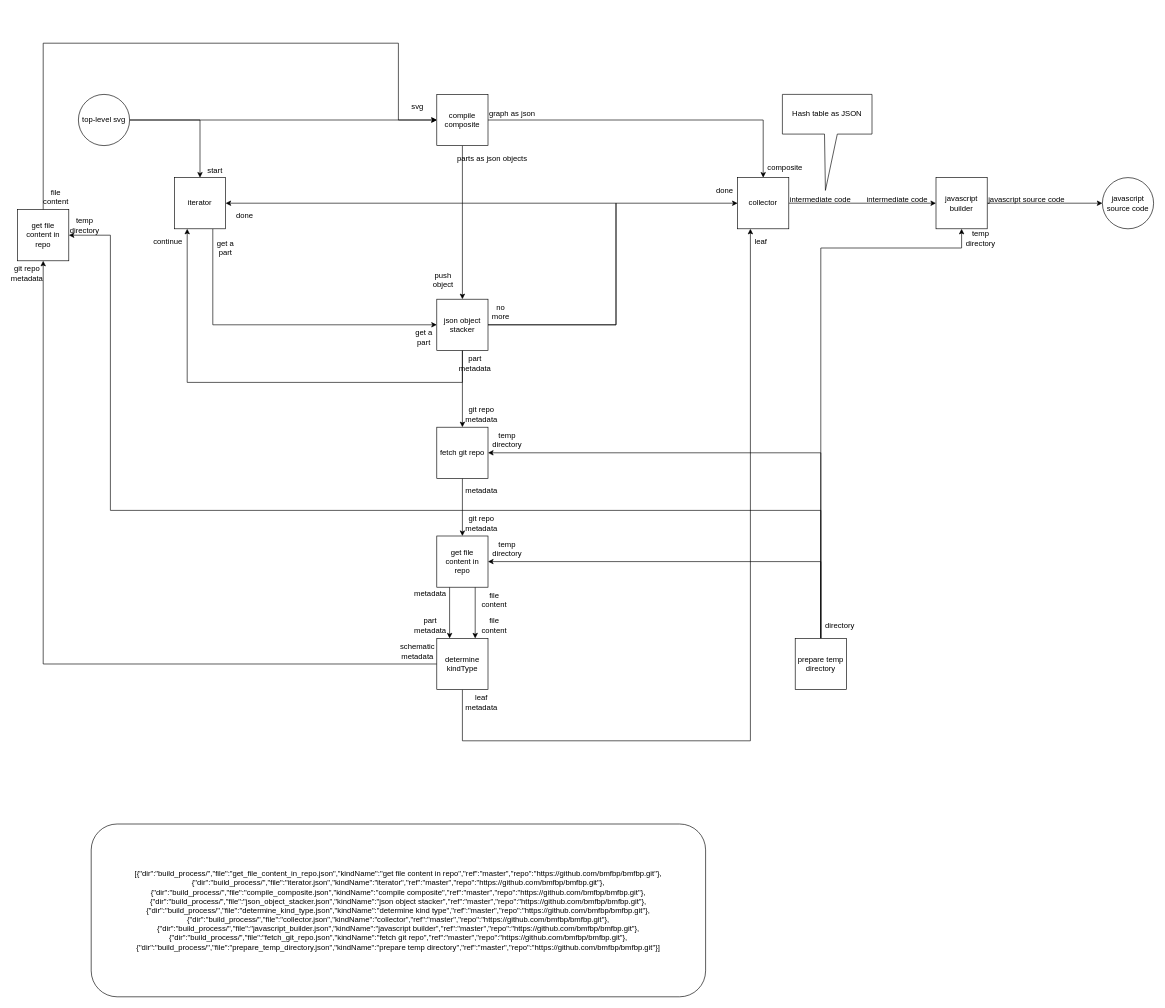
Above: page "build_process.svg" (2 of 3) of build_process/build_process.drawio in bmfbp/bmfbp (draw.io), before the change. Source tidied: cells renumbered, new cells numbered last; positions are measured from the earlier drawing's top-left corner, leaving out a move shared by most shapes. Both pictures are drawn from the tidied source at 64%, with x=0, y=0 at pixel (14, 43).
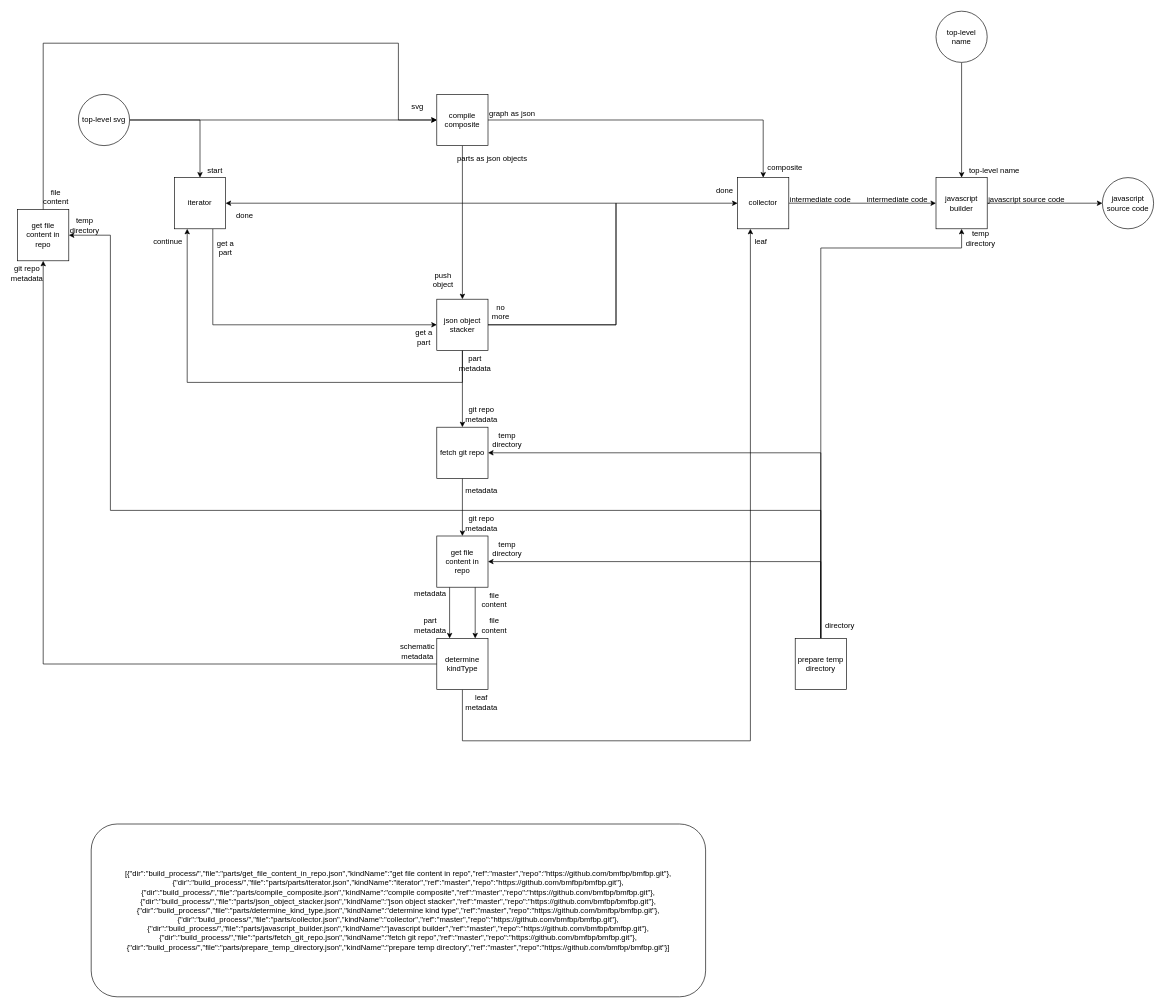
After the change.

The change refers to these unchanged cells:
```xml
<mxCell id="42" value="&lt;span&gt;javascript builder&lt;/span&gt;" style="whiteSpace=wrap;html=1;" parent="1" vertex="1">
  <mxGeometry x="1440" y="210" width="80" height="80" as="geometry" />
</mxCell>
```

What changed in the source:
```diff
@@
-    <mxCell id="47" value="Hash table as JSON" style="shape=callout;whiteSpace=wrap;html=1;perimeter=calloutPerimeter;position2=0.48;size=88;position=0.47;" parent="1" vertex="1">
-      <mxGeometry x="1200" y="80" width="140" height="150" as="geometry" />
-    </mxCell>
-    <mxCell id="48" value="[{&quot;dir&quot;:&quot;build_process/&quot;,&quot;file&quot;:&quot;get_file_content_in_repo.json&quot;,&quot;kindName&quot;:&quot;get file content in repo&quot;,&quot;ref&quot;:&quot;master&quot;,&quot;repo&quot;:&quot;https://github.com/bmfbp/bmfbp.git&quot;},{&quot;dir&quot;:&quot;build_process/&quot;,&quot;file&quot;:&quot;iterator.json&quot;,&quot;kindName&quot;:&quot;iterator&quot;,&quot;ref&quot;:&quot;master&quot;,&quot;repo&quot;:&quot;https://github.com/bmfbp/bmfbp.git&quot;},{&quot;dir&quot;:&quot;build_process/&quot;,&quot;file&quot;:&quot;compile_composite.json&quot;,&quot;kindName&quot;:&quot;compile composite&quot;,&quot;ref&quot;:&quot;master&quot;,&quot;repo&quot;:&quot;https://github.com/bmfbp/bmfbp.git&quot;},{&quot;dir&quot;:&quot;build_process/&quot;,&quot;file&quot;:&quot;json_object_stacker.json&quot;,&quot;kindName&quot;:&quot;json object stacker&quot;,&quot;ref&quot;:&quot;master&quot;,&quot;repo&quot;:&quot;https://github.com/bmfbp/bmfbp.git&quot;},{&quot;dir&quot;:&quot;build_process/&quot;,&quot;file&quot;:&quot;determine_kind_type.json&quot;,&quot;kindName&quot;:&quot;determine kind type&quot;,&quot;ref&quot;:&quot;master&quot;,&quot;repo&quot;:&quot;https://github.com/bmfbp/bmfbp.git&quot;},{&quot;dir&quot;:&quot;build_process/&quot;,&quot;file&quot;:&quot;collector.json&quot;,&quot;kindName&quot;:&quot;collector&quot;,&quot;ref&quot;:&quot;master&quot;,&quot;repo&quot;:&quot;https://github.com/bmfbp/bmfbp.git&quot;},{&quot;dir&quot;:&quot;build_process/&quot;,&quot;file&quot;:&quot;javascript_builder.json&quot;,&quot;kindName&quot;:&quot;javascript builder&quot;,&quot;ref&quot;:&quot;master&quot;,&quot;repo&quot;:&quot;https://github.com/bmfbp/bmfbp.git&quot;},{&quot;dir&quot;:&quot;build_process/&quot;,&quot;file&quot;:&quot;fetch_git_repo.json&quot;,&quot;kindName&quot;:&quot;fetch git repo&quot;,&quot;ref&quot;:&quot;master&quot;,&quot;repo&quot;:&quot;https://github.com/bmfbp/bmfbp.git&quot;},{&quot;dir&quot;:&quot;build_process/&quot;,&quot;file&quot;:&quot;prepare_temp_directory.json&quot;,&quot;kindName&quot;:&quot;prepare temp directory&quot;,&quot;ref&quot;:&quot;master&quot;,&quot;repo&quot;:&quot;https://github.com/bmfbp/bmfbp.git&quot;}]&lt;br&gt;" style="rounded=1;whiteSpace=wrap;html=1;" parent="1" vertex="1">
+    <mxCell id="48" value="[{&quot;dir&quot;:&quot;build_process/&quot;,&quot;file&quot;:&quot;parts/get_file_content_in_repo.json&quot;,&quot;kindName&quot;:&quot;get file content in repo&quot;,&quot;ref&quot;:&quot;master&quot;,&quot;repo&quot;:&quot;https://github.com/bmfbp/bmfbp.git&quot;},{&quot;dir&quot;:&quot;build_process/&quot;,&quot;file&quot;:&quot;parts/parts/iterator.json&quot;,&quot;kindName&quot;:&quot;iterator&quot;,&quot;ref&quot;:&quot;master&quot;,&quot;repo&quot;:&quot;https://github.com/bmfbp/bmfbp.git&quot;},{&quot;dir&quot;:&quot;build_process/&quot;,&quot;file&quot;:&quot;parts/compile_composite.json&quot;,&quot;kindName&quot;:&quot;compile composite&quot;,&quot;ref&quot;:&quot;master&quot;,&quot;repo&quot;:&quot;https://github.com/bmfbp/bmfbp.git&quot;},{&quot;dir&quot;:&quot;build_process/&quot;,&quot;file&quot;:&quot;parts/json_object_stacker.json&quot;,&quot;kindName&quot;:&quot;json object stacker&quot;,&quot;ref&quot;:&quot;master&quot;,&quot;repo&quot;:&quot;https://github.com/bmfbp/bmfbp.git&quot;},{&quot;dir&quot;:&quot;build_process/&quot;,&quot;file&quot;:&quot;parts/determine_kind_type.json&quot;,&quot;kindName&quot;:&quot;determine kind type&quot;,&quot;ref&quot;:&quot;master&quot;,&quot;repo&quot;:&quot;https://github.com/bmfbp/bmfbp.git&quot;},{&quot;dir&quot;:&quot;build_process/&quot;,&quot;file&quot;:&quot;parts/collector.json&quot;,&quot;kindName&quot;:&quot;collector&quot;,&quot;ref&quot;:&quot;master&quot;,&quot;repo&quot;:&quot;https://github.com/bmfbp/bmfbp.git&quot;},{&quot;dir&quot;:&quot;build_process/&quot;,&quot;file&quot;:&quot;parts/javascript_builder.json&quot;,&quot;kindName&quot;:&quot;javascript builder&quot;,&quot;ref&quot;:&quot;master&quot;,&quot;repo&quot;:&quot;https://github.com/bmfbp/bmfbp.git&quot;},{&quot;dir&quot;:&quot;build_process/&quot;,&quot;file&quot;:&quot;parts/fetch_git_repo.json&quot;,&quot;kindName&quot;:&quot;fetch git repo&quot;,&quot;ref&quot;:&quot;master&quot;,&quot;repo&quot;:&quot;https://github.com/bmfbp/bmfbp.git&quot;},{&quot;dir&quot;:&quot;build_process/&quot;,&quot;file&quot;:&quot;parts/prepare_temp_directory.json&quot;,&quot;kindName&quot;:&quot;prepare temp directory&quot;,&quot;ref&quot;:&quot;master&quot;,&quot;repo&quot;:&quot;https://github.com/bmfbp/bmfbp.git&quot;}]" style="rounded=1;whiteSpace=wrap;html=1;" parent="1" vertex="1">
       <mxGeometry x="120" y="1220" width="960" height="270" as="geometry" />
     </mxCell>
@@
+    <mxCell id="70" style="edgeStyle=orthogonalEdgeStyle;rounded=0;jettySize=auto;html=1;exitX=0.5;exitY=1;exitDx=0;exitDy=0;" parent="1" edge="1" source="71" target="42">
+      <mxGeometry relative="1" as="geometry" />
+    </mxCell>
+    <mxCell id="71" value="top-level name" style="ellipse;whiteSpace=wrap;html=1;" parent="1" vertex="1">
+      <mxGeometry x="1440" y="-50" width="80" height="80" as="geometry" />
+    </mxCell>
+    <mxCell id="72" value="&lt;span&gt;top-level name&lt;/span&gt;" style="text;html=1;align=left;verticalAlign=top;spacingTop=-4;" parent="1" vertex="1">
+      <mxGeometry x="1490" y="190" width="90" height="20" as="geometry" />
+    </mxCell>
```
